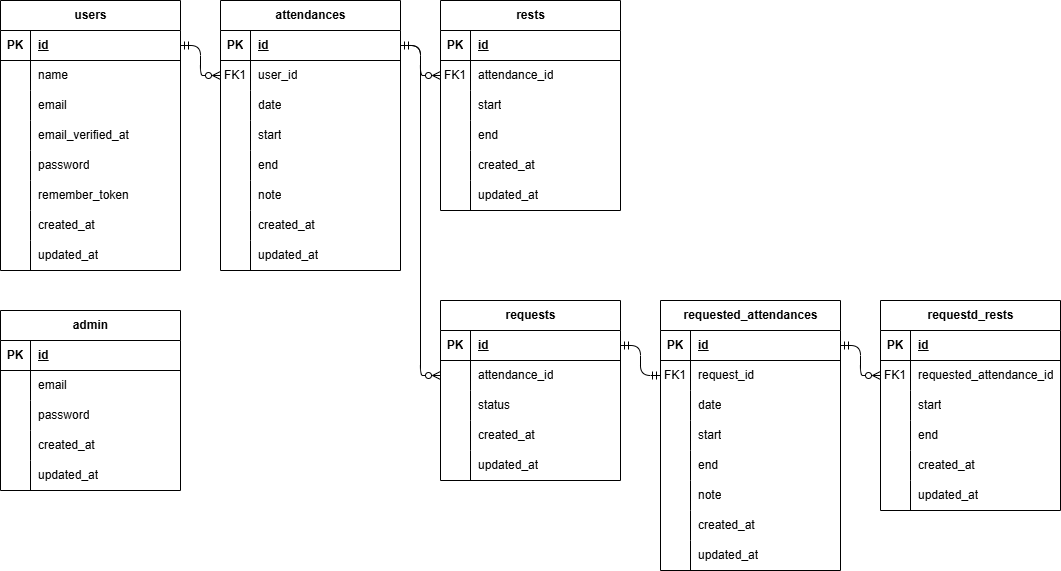
This is ER.drawio.png from kasahara-dev/kasahara-mogi2, a draw.io export, as it was before one commit. Source tidied: cells renumbered, new cells last; positions are measured from the earlier drawing's top-left corner, leaving out a move shared by most shapes.
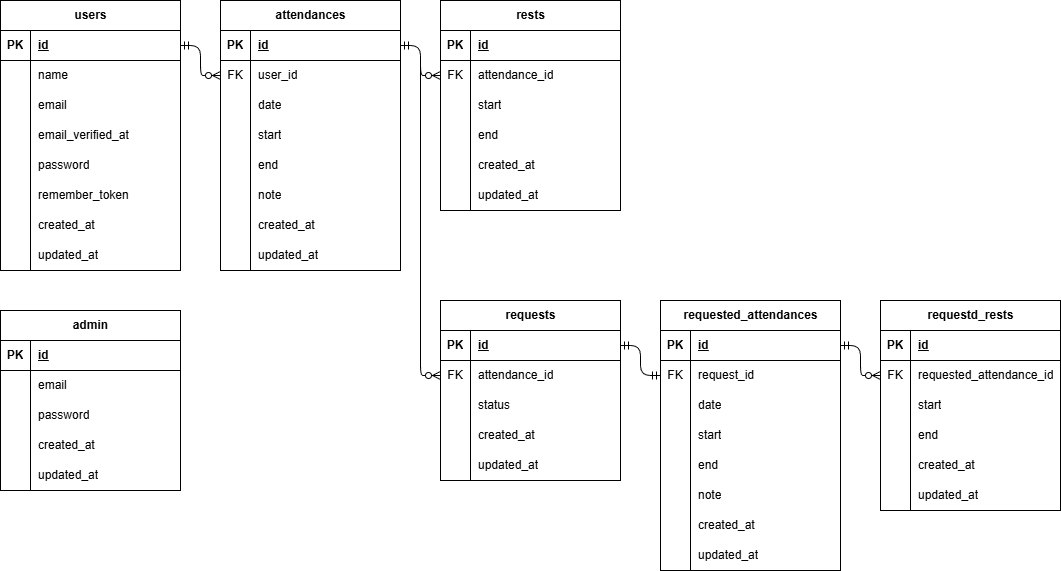
Later version of the same file.

Change to the diagram source:
```diff
@@ -140,7 +140,7 @@
     <mxCell id="47" style="shape=tableRow;horizontal=0;startSize=0;swimlaneHead=0;swimlaneBody=0;fillColor=none;points=[[0,0.5],[1,0.5]];portConstraint=eastwest;top=0;left=0;right=0;bottom=0;" parent="43" vertex="1">
       <mxGeometry y="60" width="180" height="30" as="geometry" />
     </mxCell>
-    <mxCell id="48" value="FK1" style="shape=partialRectangle;fillColor=none;top=0;left=0;bottom=0;right=0;overflow=hidden;whiteSpace=wrap;html=1;" parent="47" vertex="1">
+    <mxCell id="48" value="FK" style="shape=partialRectangle;fillColor=none;top=0;left=0;bottom=0;right=0;overflow=hidden;whiteSpace=wrap;html=1;" parent="47" vertex="1">
       <mxGeometry width="30" height="30" as="geometry" />
     </mxCell>
     <mxCell id="49" value="user_id" style="shape=partialRectangle;fillColor=none;top=0;left=0;bottom=0;right=0;align=left;spacingLeft=6;overflow=hidden;whiteSpace=wrap;html=1;" parent="47" vertex="1">
@@ -215,7 +215,7 @@
     <mxCell id="72" style="shape=tableRow;horizontal=0;startSize=0;swimlaneHead=0;swimlaneBody=0;fillColor=none;points=[[0,0.5],[1,0.5]];portConstraint=eastwest;top=0;left=0;right=0;bottom=0;" parent="68" vertex="1">
       <mxGeometry y="60" width="180" height="30" as="geometry" />
     </mxCell>
-    <mxCell id="73" value="FK1" style="shape=partialRectangle;fillColor=none;top=0;left=0;bottom=0;right=0;overflow=hidden;whiteSpace=wrap;html=1;" parent="72" vertex="1">
+    <mxCell id="73" value="FK" style="shape=partialRectangle;fillColor=none;top=0;left=0;bottom=0;right=0;overflow=hidden;whiteSpace=wrap;html=1;" parent="72" vertex="1">
       <mxGeometry width="30" height="30" as="geometry" />
     </mxCell>
     <mxCell id="74" value="attendance_id" style="shape=partialRectangle;fillColor=none;top=0;left=0;bottom=0;right=0;align=left;spacingLeft=6;overflow=hidden;whiteSpace=wrap;html=1;" parent="72" vertex="1">
@@ -278,7 +278,7 @@
     <mxCell id="93" style="shape=tableRow;horizontal=0;startSize=0;swimlaneHead=0;swimlaneBody=0;fillColor=none;points=[[0,0.5],[1,0.5]];portConstraint=eastwest;top=0;left=0;right=0;bottom=0;" parent="89" vertex="1">
       <mxGeometry y="60" width="180" height="30" as="geometry" />
     </mxCell>
-    <mxCell id="94" value="FK1" style="shape=partialRectangle;fillColor=none;top=0;left=0;bottom=0;right=0;overflow=hidden;whiteSpace=wrap;html=1;" parent="93" vertex="1">
+    <mxCell id="94" value="FK" style="shape=partialRectangle;fillColor=none;top=0;left=0;bottom=0;right=0;overflow=hidden;whiteSpace=wrap;html=1;" parent="93" vertex="1">
       <mxGeometry width="30" height="30" as="geometry" />
     </mxCell>
     <mxCell id="95" value="request_id" style="shape=partialRectangle;fillColor=none;top=0;left=0;bottom=0;right=0;align=left;spacingLeft=6;overflow=hidden;whiteSpace=wrap;html=1;" parent="93" vertex="1">
@@ -353,7 +353,7 @@
     <mxCell id="118" style="shape=tableRow;horizontal=0;startSize=0;swimlaneHead=0;swimlaneBody=0;fillColor=none;points=[[0,0.5],[1,0.5]];portConstraint=eastwest;top=0;left=0;right=0;bottom=0;" parent="114" vertex="1">
       <mxGeometry y="60" width="180" height="30" as="geometry" />
     </mxCell>
-    <mxCell id="119" value="FK1" style="shape=partialRectangle;fillColor=none;top=0;left=0;bottom=0;right=0;overflow=hidden;whiteSpace=wrap;html=1;" parent="118" vertex="1">
+    <mxCell id="119" value="FK" style="shape=partialRectangle;fillColor=none;top=0;left=0;bottom=0;right=0;overflow=hidden;whiteSpace=wrap;html=1;" parent="118" vertex="1">
       <mxGeometry width="30" height="30" as="geometry" />
     </mxCell>
     <mxCell id="120" value="requested_attendance_id" style="shape=partialRectangle;fillColor=none;top=0;left=0;bottom=0;right=0;align=left;spacingLeft=6;overflow=hidden;whiteSpace=wrap;html=1;" parent="118" vertex="1">
@@ -410,7 +410,7 @@
     <mxCell id="137" style="shape=tableRow;horizontal=0;startSize=0;swimlaneHead=0;swimlaneBody=0;fillColor=none;points=[[0,0.5],[1,0.5]];portConstraint=eastwest;top=0;left=0;right=0;bottom=0;" parent="133" vertex="1">
       <mxGeometry y="60" width="180" height="30" as="geometry" />
     </mxCell>
-    <mxCell id="138" style="shape=partialRectangle;fillColor=none;top=0;left=0;bottom=0;right=0;overflow=hidden;whiteSpace=wrap;html=1;" parent="137" vertex="1">
+    <mxCell id="138" value="FK" style="shape=partialRectangle;fillColor=none;top=0;left=0;bottom=0;right=0;overflow=hidden;whiteSpace=wrap;html=1;" parent="137" vertex="1">
       <mxGeometry width="30" height="30" as="geometry" />
     </mxCell>
     <mxCell id="139" value="attendance_id" style="shape=partialRectangle;fillColor=none;top=0;left=0;bottom=0;right=0;align=left;spacingLeft=6;overflow=hidden;whiteSpace=wrap;html=1;" parent="137" vertex="1">
```
